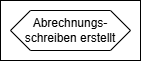
The draw.io diagram docs/src/about/dataflow-diagram/Abgeschlossen-state.png in it-at-m/stadtbezirksbudget, before a commit. Source tidied: cells renumbered, new cells last; positions are measured from the earlier drawing's top-left corner, leaving out a move shared by most shapes. Source of this version:
```xml
<mxGraphModel>
  <root>
    <mxCell id="0" />
    <mxCell id="1" parent="0" />
    <mxCell id="2" value="Abrechnungs-&lt;div&gt;schreiben&amp;nbsp;&lt;span style=&quot;background-color: transparent; color: light-dark(rgb(0, 0, 0), rgb(255, 255, 255));&quot;&gt;erstellt&lt;/span&gt;&lt;/div&gt;" style="shape=hexagon;perimeter=hexagonPerimeter2;whiteSpace=wrap;html=1;fixedSize=1;" parent="1" vertex="1">
      <mxGeometry x="10" y="10" width="120" height="40" as="geometry" />
    </mxCell>
    <mxCell id="3" style="rounded=0;whiteSpace=wrap;html=1;fillColor=none;" parent="1" vertex="1">
      <mxGeometry width="140" height="60" as="geometry" />
    </mxCell>
  </root>
</mxGraphModel>
```
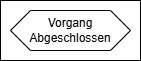
After the change.

The edit, as a diff of the source:
```diff
@@ -2,7 +2,7 @@
   <root>
     <mxCell id="0" />
     <mxCell id="1" parent="0" />
-    <mxCell id="2" value="Abrechnungs-&lt;div&gt;schreiben&amp;nbsp;&lt;span style=&quot;background-color: transparent; color: light-dark(rgb(0, 0, 0), rgb(255, 255, 255));&quot;&gt;erstellt&lt;/span&gt;&lt;/div&gt;" style="shape=hexagon;perimeter=hexagonPerimeter2;whiteSpace=wrap;html=1;fixedSize=1;" parent="1" vertex="1">
+    <mxCell id="2" value="Vorgang Abgeschlossen" style="shape=hexagon;perimeter=hexagonPerimeter2;whiteSpace=wrap;html=1;fixedSize=1;" parent="1" vertex="1">
       <mxGeometry x="10" y="10" width="120" height="40" as="geometry" />
     </mxCell>
     <mxCell id="3" style="rounded=0;whiteSpace=wrap;html=1;fillColor=none;" parent="1" vertex="1">
```
